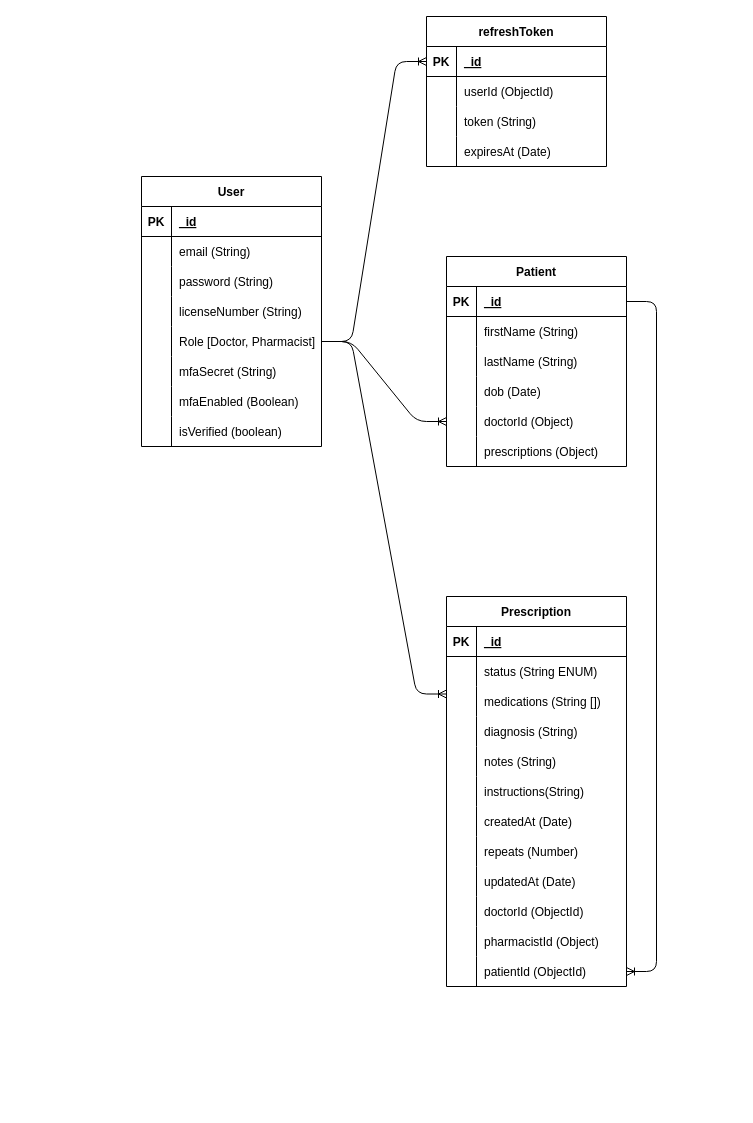
Before: docs/MedicalERD.drawio in Liam-Ronan-dev/Major-Project-Backend, a draw.io diagram. Source tidied: cells renumbered, new cells numbered last; positions are measured from the earlier drawing's top-left corner, leaving out a move shared by most shapes. Both pictures are drawn from the tidied source at 100%, with x=0, y=0 at pixel (141, 16).
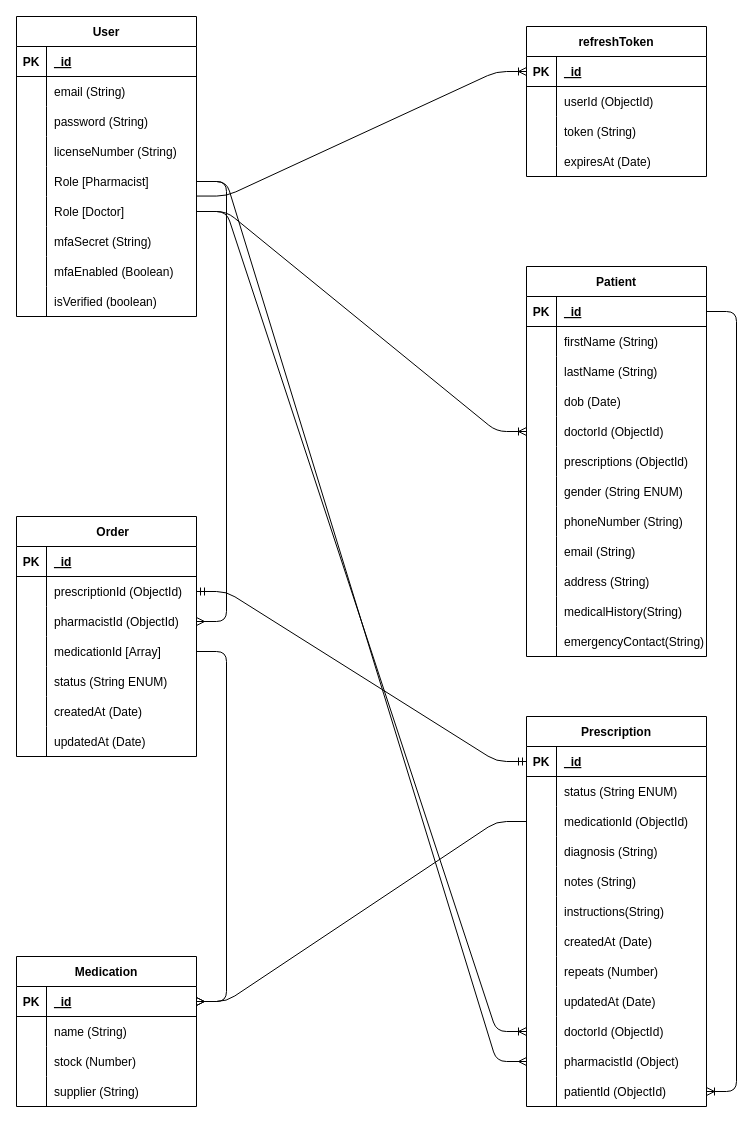
After the change.

Unchanged cells that the change refers to:
```xml
<mxCell id="40" style="shape=tableRow;horizontal=0;startSize=0;swimlaneHead=0;swimlaneBody=0;fillColor=none;points=[[0,0.5],[1,0.5]];portConstraint=eastwest;top=0;left=0;right=0;bottom=0;" parent="27" vertex="1">
  <mxGeometry y="150" width="180" height="30" as="geometry" />
</mxCell>
<mxCell id="43" style="shape=tableRow;horizontal=0;startSize=0;swimlaneHead=0;swimlaneBody=0;fillColor=none;top=0;left=0;right=0;bottom=0;" parent="27" vertex="1">
  <mxGeometry y="180" width="180" height="30" as="geometry" />
</mxCell>
<mxCell id="47" style="shape=tableRow;horizontal=0;startSize=0;swimlaneHead=0;swimlaneBody=0;fillColor=none;points=[[0,0.5],[1,0.5]];portConstraint=eastwest;top=0;left=0;right=0;bottom=1;" parent="46" vertex="1">
  <mxGeometry y="30" width="180" height="30" as="geometry" />
</mxCell>
<mxCell id="53" style="shape=tableRow;horizontal=0;startSize=0;swimlaneHead=0;swimlaneBody=0;fillColor=none;points=[[0,0.5],[1,0.5]];portConstraint=eastwest;top=0;left=0;right=0;bottom=0;" parent="46" vertex="1">
  <mxGeometry y="90" width="180" height="30" as="geometry" />
</mxCell>
<mxCell id="74" style="shape=tableRow;horizontal=0;startSize=0;swimlaneHead=0;swimlaneBody=0;fillColor=none;points=[[0,0.5],[1,0.5]];portConstraint=eastwest;top=0;left=0;right=0;bottom=0;" parent="46" vertex="1">
  <mxGeometry y="300" width="180" height="30" as="geometry" />
</mxCell>
<mxCell id="77" style="shape=tableRow;horizontal=0;startSize=0;swimlaneHead=0;swimlaneBody=0;fillColor=none;points=[[0,0.5],[1,0.5]];portConstraint=eastwest;top=0;left=0;right=0;bottom=0;" parent="46" vertex="1">
  <mxGeometry y="330" width="180" height="30" as="geometry" />
</mxCell>
<mxCell id="87" style="shape=tableRow;horizontal=0;startSize=0;swimlaneHead=0;swimlaneBody=0;fillColor=none;points=[[0,0.5],[1,0.5]];portConstraint=eastwest;top=0;left=0;right=0;bottom=1;" parent="86" vertex="1">
  <mxGeometry y="30" width="180" height="30" as="geometry" />
</mxCell>
```

Diff of the diagram source:
```diff
@@
     <mxCell id="2" value="User" style="shape=table;startSize=30;childLayout=tableLayout;rowLines=0;fontStyle=1;align=center;" parent="1" vertex="1">
-      <mxGeometry y="160" width="180" height="270" as="geometry" />
+      <mxGeometry x="-125" width="180" height="300" as="geometry" />
     </mxCell>
@@
+    <mxCell id="100" style="shape=tableRow;horizontal=0;startSize=0;swimlaneHead=0;swimlaneBody=0;fillColor=none;points=[[0,0.5],[1,0.5]];portConstraint=eastwest;top=0;left=0;right=0;bottom=0;" parent="2" vertex="1">
+      <mxGeometry y="150" width="180" height="30" as="geometry" />
+    </mxCell>
+    <mxCell id="101" style="shape=partialRectangle;fillColor=none;top=0;left=0;bottom=0;right=0;overflow=hidden;" parent="100" vertex="1">
+      <mxGeometry width="30" height="30" as="geometry" />
+    </mxCell>
+    <mxCell id="102" value="Role [Pharmacist]" style="shape=partialRectangle;fillColor=none;top=0;left=0;bottom=0;right=0;align=left;spacingLeft=6;overflow=hidden;" parent="100" vertex="1">
+      <mxGeometry x="30" width="150" height="30" as="geometry" />
+    </mxCell>
     <mxCell id="15" style="shape=tableRow;horizontal=0;startSize=0;swimlaneHead=0;swimlaneBody=0;fillColor=none;points=[[0,0.5],[1,0.5]];portConstraint=eastwest;top=0;left=0;right=0;bottom=0;" parent="2" vertex="1">
-      <mxGeometry y="150" width="180" height="30" as="geometry" />
+      <mxGeometry y="180" width="180" height="30" as="geometry" />
     </mxCell>
@@
-    <mxCell id="17" value="Role [Doctor, Pharmacist]" style="shape=partialRectangle;fillColor=none;top=0;left=0;bottom=0;right=0;align=left;spacingLeft=6;overflow=hidden;" parent="15" vertex="1">
+    <mxCell id="17" value="Role [Doctor]" style="shape=partialRectangle;fillColor=none;top=0;left=0;bottom=0;right=0;align=left;spacingLeft=6;overflow=hidden;" parent="15" vertex="1">
       <mxGeometry x="30" width="150" height="30" as="geometry" />
     </mxCell>
     <mxCell id="18" style="shape=tableRow;horizontal=0;startSize=0;swimlaneHead=0;swimlaneBody=0;fillColor=none;top=0;left=0;right=0;bottom=0;" parent="2" vertex="1">
-      <mxGeometry y="180" width="180" height="30" as="geometry" />
+      <mxGeometry y="210" width="180" height="30" as="geometry" />
     </mxCell>
@@
     <mxCell id="21" style="shape=tableRow;horizontal=0;startSize=0;swimlaneHead=0;swimlaneBody=0;fillColor=none;top=0;left=0;right=0;bottom=0;" parent="2" vertex="1">
-      <mxGeometry y="210" width="180" height="30" as="geometry" />
+      <mxGeometry y="240" width="180" height="30" as="geometry" />
     </mxCell>
@@
     <mxCell id="24" style="shape=tableRow;horizontal=0;startSize=0;swimlaneHead=0;swimlaneBody=0;fillColor=none;top=0;left=0;right=0;bottom=0;" parent="2" vertex="1">
-      <mxGeometry y="240" width="180" height="30" as="geometry" />
+      <mxGeometry y="270" width="180" height="30" as="geometry" />
     </mxCell>
@@
     <mxCell id="27" value="Patient" style="shape=table;startSize=30;childLayout=tableLayout;rowLines=0;fontStyle=1;align=center;" parent="1" vertex="1">
-      <mxGeometry x="305" y="240" width="180" height="210" as="geometry" />
+      <mxGeometry x="385" y="250" width="180" height="390" as="geometry" />
     </mxCell>
@@
-    <mxCell id="42" value="doctorId (Object)" style="shape=partialRectangle;fillColor=none;top=0;left=0;bottom=0;right=0;align=left;spacingLeft=6;overflow=hidden;" parent="40" vertex="1">
+    <mxCell id="42" value="doctorId (ObjectId)" style="shape=partialRectangle;fillColor=none;top=0;left=0;bottom=0;right=0;align=left;spacingLeft=6;overflow=hidden;" parent="40" vertex="1">
       <mxGeometry x="30" width="150" height="30" as="geometry" />
     </mxCell>
@@
-    <mxCell id="45" value="prescriptions (Object)" style="shape=partialRectangle;fillColor=none;top=0;left=0;bottom=0;right=0;align=left;spacingLeft=6;overflow=hidden;" parent="43" vertex="1">
+    <mxCell id="45" value="prescriptions (ObjectId)" style="shape=partialRectangle;fillColor=none;top=0;left=0;bottom=0;right=0;align=left;spacingLeft=6;overflow=hidden;" parent="43" vertex="1">
       <mxGeometry x="30" width="150" height="30" as="geometry" />
     </mxCell>
+    <mxCell id="103" style="shape=tableRow;horizontal=0;startSize=0;swimlaneHead=0;swimlaneBody=0;fillColor=none;top=0;left=0;right=0;bottom=0;" parent="27" vertex="1">
+      <mxGeometry y="210" width="180" height="30" as="geometry" />
+    </mxCell>
+    <mxCell id="104" style="shape=partialRectangle;fillColor=none;top=0;left=0;bottom=0;right=0;overflow=hidden;" parent="103" vertex="1">
+      <mxGeometry width="30" height="30" as="geometry" />
+    </mxCell>
+    <mxCell id="105" value="gender (String ENUM)" style="shape=partialRectangle;fillColor=none;top=0;left=0;bottom=0;right=0;align=left;spacingLeft=6;overflow=hidden;" parent="103" vertex="1">
+      <mxGeometry x="30" width="150" height="30" as="geometry" />
+    </mxCell>
+    <mxCell id="106" style="shape=tableRow;horizontal=0;startSize=0;swimlaneHead=0;swimlaneBody=0;fillColor=none;top=0;left=0;right=0;bottom=0;" parent="27" vertex="1">
+      <mxGeometry y="240" width="180" height="30" as="geometry" />
+    </mxCell>
+    <mxCell id="107" style="shape=partialRectangle;fillColor=none;top=0;left=0;bottom=0;right=0;overflow=hidden;" parent="106" vertex="1">
+      <mxGeometry width="30" height="30" as="geometry" />
+    </mxCell>
+    <mxCell id="108" value="phoneNumber (String)" style="shape=partialRectangle;fillColor=none;top=0;left=0;bottom=0;right=0;align=left;spacingLeft=6;overflow=hidden;" parent="106" vertex="1">
+      <mxGeometry x="30" width="150" height="30" as="geometry" />
+    </mxCell>
+    <mxCell id="109" style="shape=tableRow;horizontal=0;startSize=0;swimlaneHead=0;swimlaneBody=0;fillColor=none;top=0;left=0;right=0;bottom=0;" parent="27" vertex="1">
+      <mxGeometry y="270" width="180" height="30" as="geometry" />
+    </mxCell>
+    <mxCell id="110" style="shape=partialRectangle;fillColor=none;top=0;left=0;bottom=0;right=0;overflow=hidden;" parent="109" vertex="1">
+      <mxGeometry width="30" height="30" as="geometry" />
+    </mxCell>
+    <mxCell id="111" value="email (String)" style="shape=partialRectangle;fillColor=none;top=0;left=0;bottom=0;right=0;align=left;spacingLeft=6;overflow=hidden;" parent="109" vertex="1">
+      <mxGeometry x="30" width="150" height="30" as="geometry" />
+    </mxCell>
+    <mxCell id="112" style="shape=tableRow;horizontal=0;startSize=0;swimlaneHead=0;swimlaneBody=0;fillColor=none;top=0;left=0;right=0;bottom=0;" parent="27" vertex="1">
+      <mxGeometry y="300" width="180" height="30" as="geometry" />
+    </mxCell>
+    <mxCell id="113" style="shape=partialRectangle;fillColor=none;top=0;left=0;bottom=0;right=0;overflow=hidden;" parent="112" vertex="1">
+      <mxGeometry width="30" height="30" as="geometry" />
+    </mxCell>
+    <mxCell id="114" value="address (String)" style="shape=partialRectangle;fillColor=none;top=0;left=0;bottom=0;right=0;align=left;spacingLeft=6;overflow=hidden;" parent="112" vertex="1">
+      <mxGeometry x="30" width="150" height="30" as="geometry" />
+    </mxCell>
+    <mxCell id="115" style="shape=tableRow;horizontal=0;startSize=0;swimlaneHead=0;swimlaneBody=0;fillColor=none;top=0;left=0;right=0;bottom=0;" parent="27" vertex="1">
+      <mxGeometry y="330" width="180" height="30" as="geometry" />
+    </mxCell>
+    <mxCell id="116" style="shape=partialRectangle;fillColor=none;top=0;left=0;bottom=0;right=0;overflow=hidden;" parent="115" vertex="1">
+      <mxGeometry width="30" height="30" as="geometry" />
+    </mxCell>
+    <mxCell id="117" value="medicalHistory(String)" style="shape=partialRectangle;fillColor=none;top=0;left=0;bottom=0;right=0;align=left;spacingLeft=6;overflow=hidden;" parent="115" vertex="1">
+      <mxGeometry x="30" width="150" height="30" as="geometry" />
+    </mxCell>
+    <mxCell id="118" style="shape=tableRow;horizontal=0;startSize=0;swimlaneHead=0;swimlaneBody=0;fillColor=none;top=0;left=0;right=0;bottom=0;" parent="27" vertex="1">
+      <mxGeometry y="360" width="180" height="30" as="geometry" />
+    </mxCell>
+    <mxCell id="119" style="shape=partialRectangle;fillColor=none;top=0;left=0;bottom=0;right=0;overflow=hidden;" parent="118" vertex="1">
+      <mxGeometry width="30" height="30" as="geometry" />
+    </mxCell>
+    <mxCell id="120" value="emergencyContact(String)" style="shape=partialRectangle;fillColor=none;top=0;left=0;bottom=0;right=0;align=left;spacingLeft=6;overflow=hidden;" parent="118" vertex="1">
+      <mxGeometry x="30" width="150" height="30" as="geometry" />
+    </mxCell>
     <mxCell id="46" value="Prescription" style="shape=table;startSize=30;childLayout=tableLayout;rowLines=0;fontStyle=1;align=center;" parent="1" vertex="1">
-      <mxGeometry x="305" y="580" width="180" height="390" as="geometry" />
+      <mxGeometry x="385" y="700" width="180" height="390" as="geometry" />
     </mxCell>
@@
-    <mxCell id="55" value="medications (String [])" style="shape=partialRectangle;fillColor=none;top=0;left=0;bottom=0;right=0;align=left;spacingLeft=6;overflow=hidden;" parent="53" vertex="1">
+    <mxCell id="55" value="medicationId (ObjectId)" style="shape=partialRectangle;fillColor=none;top=0;left=0;bottom=0;right=0;align=left;spacingLeft=6;overflow=hidden;" parent="53" vertex="1">
       <mxGeometry x="30" width="150" height="30" as="geometry" />
     </mxCell>
@@
-    <mxCell id="84" style="edgeStyle=entityRelationEdgeStyle;fontSize=12;html=1;endArrow=ERoneToMany;entryX=0;entryY=0.25;entryDx=0;entryDy=0;exitX=1;exitY=0.5;exitDx=0;exitDy=0;" parent="1" edge="1" source="15" target="46">
+    <mxCell id="84" style="edgeStyle=entityRelationEdgeStyle;fontSize=12;html=1;endArrow=ERoneToMany;entryX=0;entryY=0.5;entryDx=0;entryDy=0;exitX=1;exitY=0.5;exitDx=0;exitDy=0;" parent="1" edge="1" source="15" target="74">
       <mxGeometry relative="1" as="geometry" />
     </mxCell>
@@
     <mxCell id="86" value="refreshToken" style="shape=table;startSize=30;childLayout=tableLayout;rowLines=0;fontStyle=1;align=center;" parent="1" vertex="1">
-      <mxGeometry x="285" width="180" height="150" as="geometry" />
+      <mxGeometry x="385" y="10" width="180" height="150" as="geometry" />
     </mxCell>
@@
-    <mxCell id="99" style="edgeStyle=entityRelationEdgeStyle;fontSize=12;html=1;endArrow=ERoneToMany;entryX=0;entryY=0.5;entryDx=0;entryDy=0;" parent="1" edge="1" source="15" target="87">
+    <mxCell id="99" style="edgeStyle=entityRelationEdgeStyle;fontSize=12;html=1;endArrow=ERoneToMany;entryX=0;entryY=0.5;entryDx=0;entryDy=0;exitX=1.001;exitY=-0.015;exitDx=0;exitDy=0;exitPerimeter=0;" parent="1" edge="1" source="15" target="87">
       <mxGeometry relative="1" as="geometry" />
     </mxCell>
+    <mxCell id="121" value="    Order" style="shape=table;startSize=30;childLayout=tableLayout;rowLines=0;fontStyle=1;align=center;" parent="1" vertex="1">
+      <mxGeometry x="-125" y="500" width="180" height="240" as="geometry" />
+    </mxCell>
+    <mxCell id="122" style="shape=tableRow;horizontal=0;startSize=0;swimlaneHead=0;swimlaneBody=0;fillColor=none;top=0;left=0;right=0;bottom=1;" parent="121" vertex="1">
+      <mxGeometry y="30" width="180" height="30" as="geometry" />
+    </mxCell>
+    <mxCell id="123" value="PK" style="shape=partialRectangle;fillColor=none;top=0;left=0;bottom=0;right=0;fontStyle=1;overflow=hidden;" parent="122" vertex="1">
+      <mxGeometry width="30" height="30" as="geometry" />
+    </mxCell>
+    <mxCell id="124" value="_id" style="shape=partialRectangle;fillColor=none;top=0;left=0;bottom=0;right=0;align=left;spacingLeft=6;fontStyle=5;overflow=hidden;" parent="122" vertex="1">
+      <mxGeometry x="30" width="150" height="30" as="geometry" />
+    </mxCell>
+    <mxCell id="125" style="shape=tableRow;horizontal=0;startSize=0;swimlaneHead=0;swimlaneBody=0;fillColor=none;points=[[0,0.5],[1,0.5]];portConstraint=eastwest;top=0;left=0;right=0;bottom=0;" parent="121" vertex="1">
+      <mxGeometry y="60" width="180" height="30" as="geometry" />
+    </mxCell>
+    <mxCell id="126" style="shape=partialRectangle;fillColor=none;top=0;left=0;bottom=0;right=0;overflow=hidden;" parent="125" vertex="1">
+      <mxGeometry width="30" height="30" as="geometry" />
+    </mxCell>
+    <mxCell id="127" value="prescriptionId (ObjectId)" style="shape=partialRectangle;fillColor=none;top=0;left=0;bottom=0;right=0;align=left;spacingLeft=6;overflow=hidden;" parent="125" vertex="1">
+      <mxGeometry x="30" width="150" height="30" as="geometry" />
+    </mxCell>
+    <mxCell id="128" style="shape=tableRow;horizontal=0;startSize=0;swimlaneHead=0;swimlaneBody=0;fillColor=none;points=[[0,0.5],[1,0.5]];portConstraint=eastwest;top=0;left=0;right=0;bottom=0;" parent="121" vertex="1">
+      <mxGeometry y="90" width="180" height="30" as="geometry" />
+    </mxCell>
+    <mxCell id="129" style="shape=partialRectangle;fillColor=none;top=0;left=0;bottom=0;right=0;overflow=hidden;" parent="128" vertex="1">
+      <mxGeometry width="30" height="30" as="geometry" />
+    </mxCell>
+    <mxCell id="130" value="pharmacistId (ObjectId)" style="shape=partialRectangle;fillColor=none;top=0;left=0;bottom=0;right=0;align=left;spacingLeft=6;overflow=hidden;" parent="128" vertex="1">
+      <mxGeometry x="30" width="150" height="30" as="geometry" />
+    </mxCell>
+    <mxCell id="131" style="shape=tableRow;horizontal=0;startSize=0;swimlaneHead=0;swimlaneBody=0;fillColor=none;points=[[0,0.5],[1,0.5]];portConstraint=eastwest;top=0;left=0;right=0;bottom=0;" parent="121" vertex="1">
+      <mxGeometry y="120" width="180" height="30" as="geometry" />
+    </mxCell>
+    <mxCell id="132" style="shape=partialRectangle;fillColor=none;top=0;left=0;bottom=0;right=0;overflow=hidden;" parent="131" vertex="1">
+      <mxGeometry width="30" height="30" as="geometry" />
+    </mxCell>
+    <mxCell id="133" value="medicationId [Array]" style="shape=partialRectangle;fillColor=none;top=0;left=0;bottom=0;right=0;align=left;spacingLeft=6;overflow=hidden;" parent="131" vertex="1">
+      <mxGeometry x="30" width="150" height="30" as="geometry" />
+    </mxCell>
+    <mxCell id="134" style="shape=tableRow;horizontal=0;startSize=0;swimlaneHead=0;swimlaneBody=0;fillColor=none;top=0;left=0;right=0;bottom=0;" parent="121" vertex="1">
+      <mxGeometry y="150" width="180" height="30" as="geometry" />
+    </mxCell>
+    <mxCell id="135" style="shape=partialRectangle;fillColor=none;top=0;left=0;bottom=0;right=0;overflow=hidden;" parent="134" vertex="1">
+      <mxGeometry width="30" height="30" as="geometry" />
+    </mxCell>
+    <mxCell id="136" value="status (String ENUM)" style="shape=partialRectangle;fillColor=none;top=0;left=0;bottom=0;right=0;align=left;spacingLeft=6;overflow=hidden;" parent="134" vertex="1">
+      <mxGeometry x="30" width="150" height="30" as="geometry" />
+    </mxCell>
+    <mxCell id="137" style="shape=tableRow;horizontal=0;startSize=0;swimlaneHead=0;swimlaneBody=0;fillColor=none;top=0;left=0;right=0;bottom=0;" parent="121" vertex="1">
+      <mxGeometry y="180" width="180" height="30" as="geometry" />
+    </mxCell>
+    <mxCell id="138" style="shape=partialRectangle;fillColor=none;top=0;left=0;bottom=0;right=0;overflow=hidden;" parent="137" vertex="1">
+      <mxGeometry width="30" height="30" as="geometry" />
+    </mxCell>
+    <mxCell id="139" value="createdAt (Date)" style="shape=partialRectangle;fillColor=none;top=0;left=0;bottom=0;right=0;align=left;spacingLeft=6;overflow=hidden;" parent="137" vertex="1">
+      <mxGeometry x="30" width="150" height="30" as="geometry" />
+    </mxCell>
+    <mxCell id="140" style="shape=tableRow;horizontal=0;startSize=0;swimlaneHead=0;swimlaneBody=0;fillColor=none;top=0;left=0;right=0;bottom=0;" parent="121" vertex="1">
+      <mxGeometry y="210" width="180" height="30" as="geometry" />
+    </mxCell>
+    <mxCell id="141" style="shape=partialRectangle;fillColor=none;top=0;left=0;bottom=0;right=0;overflow=hidden;" parent="140" vertex="1">
+      <mxGeometry width="30" height="30" as="geometry" />
+    </mxCell>
+    <mxCell id="142" value="updatedAt (Date)" style="shape=partialRectangle;fillColor=none;top=0;left=0;bottom=0;right=0;align=left;spacingLeft=6;overflow=hidden;" parent="140" vertex="1">
+      <mxGeometry x="30" width="150" height="30" as="geometry" />
+    </mxCell>
+    <mxCell id="143" style="edgeStyle=entityRelationEdgeStyle;fontSize=12;html=1;endArrow=ERmany;exitX=1;exitY=0.5;exitDx=0;exitDy=0;entryX=1;entryY=0.5;entryDx=0;entryDy=0;" parent="1" edge="1" source="100" target="128">
+      <mxGeometry relative="1" as="geometry" />
+    </mxCell>
+    <mxCell id="144" value="Medication" style="shape=table;startSize=30;childLayout=tableLayout;rowLines=0;fontStyle=1;align=center;" parent="1" vertex="1">
+      <mxGeometry x="-125" y="940" width="180" height="150" as="geometry" />
+    </mxCell>
+    <mxCell id="145" style="shape=tableRow;horizontal=0;startSize=0;swimlaneHead=0;swimlaneBody=0;fillColor=none;points=[[0,0.5],[1,0.5]];portConstraint=eastwest;top=0;left=0;right=0;bottom=1;" parent="144" vertex="1">
+      <mxGeometry y="30" width="180" height="30" as="geometry" />
+    </mxCell>
+    <mxCell id="146" value="PK" style="shape=partialRectangle;fillColor=none;top=0;left=0;bottom=0;right=0;fontStyle=1;overflow=hidden;" parent="145" vertex="1">
+      <mxGeometry width="30" height="30" as="geometry" />
+    </mxCell>
+    <mxCell id="147" value="_id" style="shape=partialRectangle;fillColor=none;top=0;left=0;bottom=0;right=0;align=left;spacingLeft=6;fontStyle=5;overflow=hidden;" parent="145" vertex="1">
+      <mxGeometry x="30" width="150" height="30" as="geometry" />
+    </mxCell>
+    <mxCell id="148" style="shape=tableRow;horizontal=0;startSize=0;swimlaneHead=0;swimlaneBody=0;fillColor=none;top=0;left=0;right=0;bottom=0;" parent="144" vertex="1">
+      <mxGeometry y="60" width="180" height="30" as="geometry" />
+    </mxCell>
+    <mxCell id="149" style="shape=partialRectangle;fillColor=none;top=0;left=0;bottom=0;right=0;overflow=hidden;" parent="148" vertex="1">
+      <mxGeometry width="30" height="30" as="geometry" />
+    </mxCell>
+    <mxCell id="150" value="name (String)" style="shape=partialRectangle;fillColor=none;top=0;left=0;bottom=0;right=0;align=left;spacingLeft=6;overflow=hidden;" parent="148" vertex="1">
+      <mxGeometry x="30" width="150" height="30" as="geometry" />
+    </mxCell>
+    <mxCell id="151" style="shape=tableRow;horizontal=0;startSize=0;swimlaneHead=0;swimlaneBody=0;fillColor=none;top=0;left=0;right=0;bottom=0;" parent="144" vertex="1">
+      <mxGeometry y="90" width="180" height="30" as="geometry" />
+    </mxCell>
+    <mxCell id="152" style="shape=partialRectangle;fillColor=none;top=0;left=0;bottom=0;right=0;overflow=hidden;" parent="151" vertex="1">
+      <mxGeometry width="30" height="30" as="geometry" />
+    </mxCell>
+    <mxCell id="153" value="stock (Number)" style="shape=partialRectangle;fillColor=none;top=0;left=0;bottom=0;right=0;align=left;spacingLeft=6;overflow=hidden;" parent="151" vertex="1">
+      <mxGeometry x="30" width="150" height="30" as="geometry" />
+    </mxCell>
+    <mxCell id="154" style="shape=tableRow;horizontal=0;startSize=0;swimlaneHead=0;swimlaneBody=0;fillColor=none;top=0;left=0;right=0;bottom=0;" parent="144" vertex="1">
+      <mxGeometry y="120" width="180" height="30" as="geometry" />
+    </mxCell>
+    <mxCell id="155" style="shape=partialRectangle;fillColor=none;top=0;left=0;bottom=0;right=0;overflow=hidden;" parent="154" vertex="1">
+      <mxGeometry width="30" height="30" as="geometry" />
+    </mxCell>
+    <mxCell id="156" value="supplier (String)" style="shape=partialRectangle;fillColor=none;top=0;left=0;bottom=0;right=0;align=left;spacingLeft=6;overflow=hidden;" parent="154" vertex="1">
+      <mxGeometry x="30" width="150" height="30" as="geometry" />
+    </mxCell>
+    <mxCell id="157" style="edgeStyle=entityRelationEdgeStyle;fontSize=12;html=1;endArrow=ERmandOne;startArrow=ERmandOne;exitX=1;exitY=0.5;exitDx=0;exitDy=0;entryX=0;entryY=0.5;entryDx=0;entryDy=0;" parent="1" edge="1" source="125" target="47">
+      <mxGeometry relative="1" as="geometry" />
+    </mxCell>
+    <mxCell id="158" style="edgeStyle=entityRelationEdgeStyle;fontSize=12;html=1;endArrow=ERmany;exitX=1;exitY=0.5;exitDx=0;exitDy=0;entryX=1;entryY=0.5;entryDx=0;entryDy=0;" parent="1" edge="1" source="131" target="145">
+      <mxGeometry relative="1" as="geometry" />
+    </mxCell>
+    <mxCell id="159" style="edgeStyle=entityRelationEdgeStyle;fontSize=12;html=1;endArrow=ERmany;exitX=1;exitY=0.5;exitDx=0;exitDy=0;" parent="1" edge="1" source="100" target="77">
+      <mxGeometry relative="1" as="geometry" />
+    </mxCell>
+    <mxCell id="160" style="edgeStyle=entityRelationEdgeStyle;fontSize=12;html=1;endArrow=ERmany;exitX=0;exitY=0.5;exitDx=0;exitDy=0;entryX=1;entryY=0.5;entryDx=0;entryDy=0;" parent="1" edge="1" source="53" target="145">
+      <mxGeometry relative="1" as="geometry" />
+    </mxCell>
```
